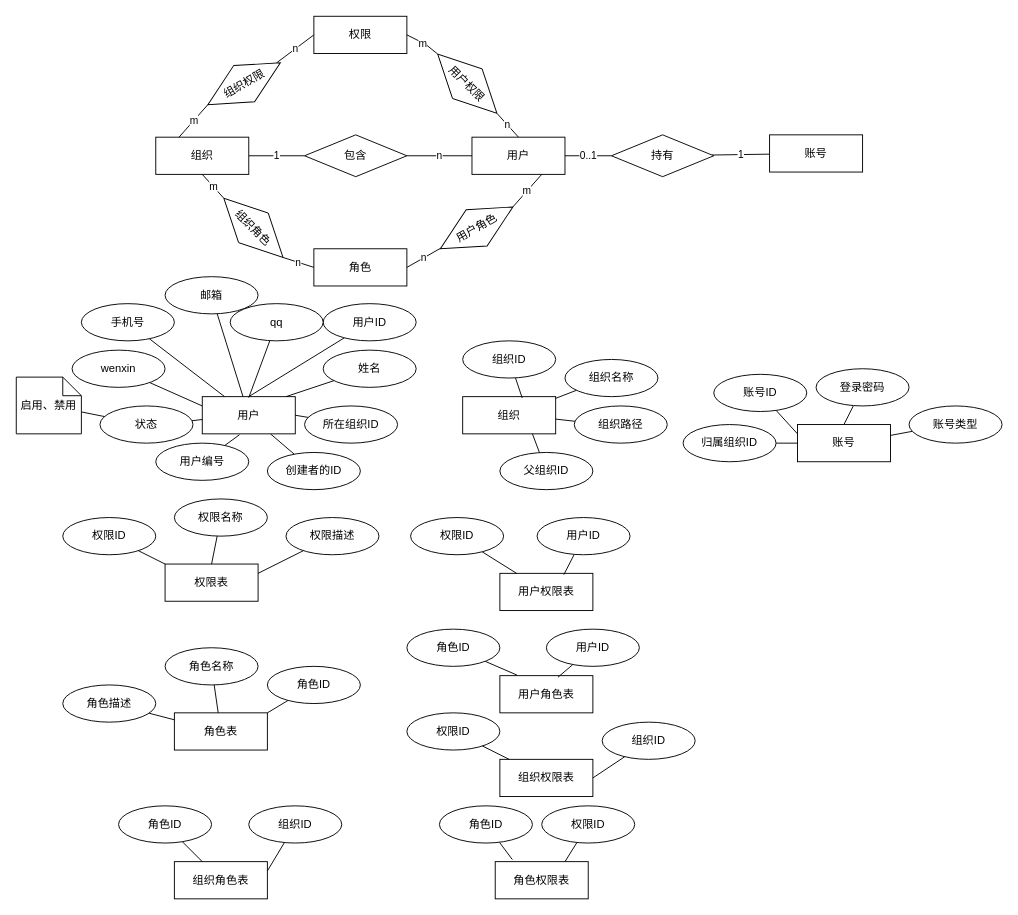
This is page "用户服务" (2 of 6) of 毕设管理系统/ER模型图.drawio from FdfGithub/drawio, a draw.io file, before an edit. Source tidied: cells renumbered, new cells numbered last; positions are measured from the earlier drawing's top-left corner, leaving out a move shared by most shapes. Both pictures are drawn from the tidied source at 93%, with x=0, y=0 at pixel (16, 16).
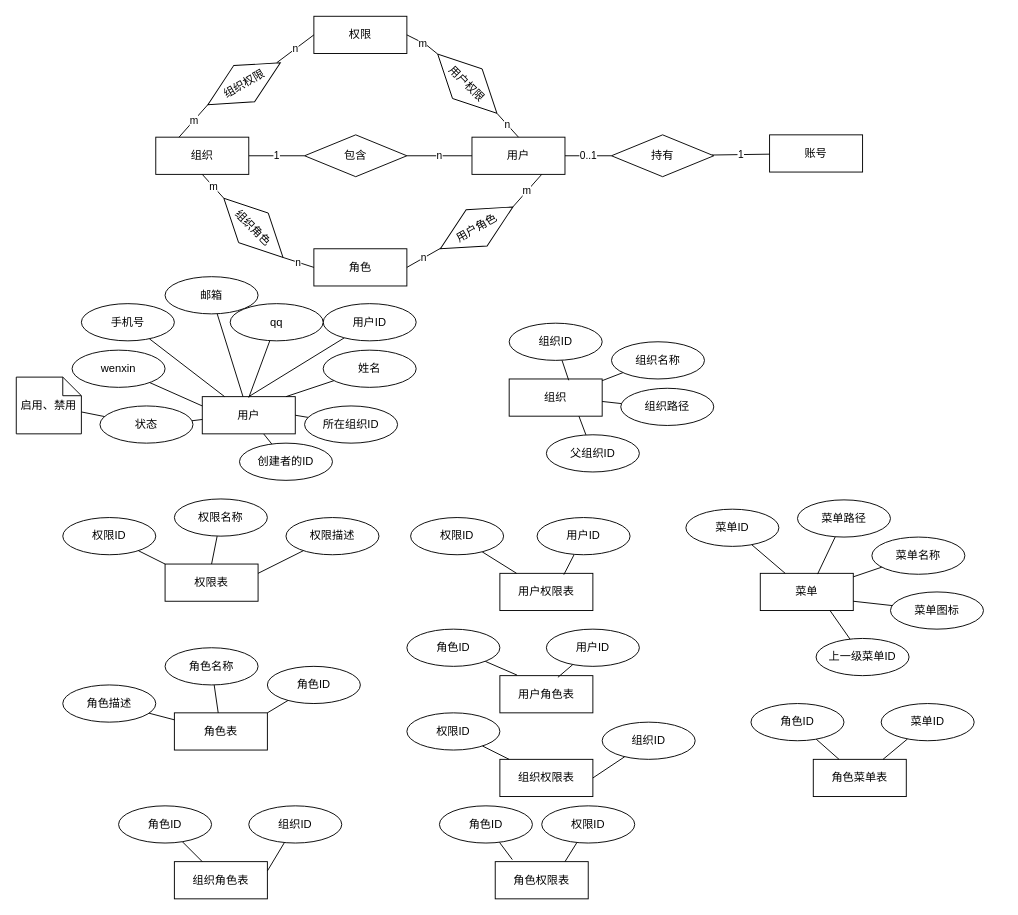
After the change.

What changed in the source:
```diff
@@
     <mxCell id="16" value="组织" style="whiteSpace=wrap;html=1;align=center;" parent="1" vertex="1">
-      <mxGeometry x="480" y="409" width="100" height="40" as="geometry" />
+      <mxGeometry x="530" y="390" width="100" height="40" as="geometry" />
     </mxCell>
@@
     <mxCell id="18" value="组织ID" style="ellipse;whiteSpace=wrap;html=1;align=center;" parent="1" vertex="1">
-      <mxGeometry x="480" y="349" width="100" height="40" as="geometry" />
+      <mxGeometry x="530" y="330" width="100" height="40" as="geometry" />
     </mxCell>
@@
     <mxCell id="20" value="组织名称" style="ellipse;whiteSpace=wrap;html=1;align=center;" parent="1" vertex="1">
-      <mxGeometry x="590" y="369" width="100" height="40" as="geometry" />
+      <mxGeometry x="640" y="350" width="100" height="40" as="geometry" />
     </mxCell>
@@
     <mxCell id="22" value="组织路径" style="ellipse;whiteSpace=wrap;html=1;align=center;" parent="1" vertex="1">
-      <mxGeometry x="600" y="419" width="100" height="40" as="geometry" />
+      <mxGeometry x="650" y="400" width="100" height="40" as="geometry" />
     </mxCell>
@@
     <mxCell id="24" value="父组织ID" style="ellipse;whiteSpace=wrap;html=1;align=center;" parent="1" vertex="1">
-      <mxGeometry x="520" y="469" width="100" height="40" as="geometry" />
+      <mxGeometry x="570" y="450" width="100" height="40" as="geometry" />
     </mxCell>
@@
-    <mxCell id="82" style="edgeStyle=none;rounded=0;jettySize=auto;html=1;endArrow=none;endFill=0;" parent="1" edge="1" source="83">
-      <mxGeometry relative="1" as="geometry">
-        <mxPoint x="240" y="450" as="targetPoint" />
-      </mxGeometry>
-    </mxCell>
-    <mxCell id="83" value="用户编号" style="ellipse;whiteSpace=wrap;html=1;align=center;" parent="1" vertex="1">
-      <mxGeometry x="150" y="459" width="100" height="40" as="geometry" />
-    </mxCell>
@@
-    <mxCell id="87" value="账号" style="whiteSpace=wrap;html=1;align=center;" parent="1" vertex="1">
-      <mxGeometry x="840" y="439" width="100" height="40" as="geometry" />
-    </mxCell>
-    <mxCell id="88" style="edgeStyle=none;rounded=0;jettySize=auto;html=1;entryX=0;entryY=0.25;entryDx=0;entryDy=0;endArrow=none;endFill=0;" parent="1" edge="1" source="89" target="87">
-      <mxGeometry relative="1" as="geometry" />
-    </mxCell>
-    <mxCell id="89" value="账号ID" style="ellipse;whiteSpace=wrap;html=1;align=center;" parent="1" vertex="1">
-      <mxGeometry x="750" y="385" width="100" height="40" as="geometry" />
-    </mxCell>
-    <mxCell id="90" style="edgeStyle=none;rounded=0;jettySize=auto;html=1;entryX=0.5;entryY=0;entryDx=0;entryDy=0;endArrow=none;endFill=0;" parent="1" edge="1" source="91" target="87">
-      <mxGeometry relative="1" as="geometry" />
-    </mxCell>
-    <mxCell id="91" value="登录密码" style="ellipse;whiteSpace=wrap;html=1;align=center;" parent="1" vertex="1">
-      <mxGeometry x="860" y="379" width="100" height="40" as="geometry" />
-    </mxCell>
-    <mxCell id="92" style="edgeStyle=none;rounded=0;jettySize=auto;html=1;endArrow=none;endFill=0;" parent="1" edge="1" source="93" target="87">
-      <mxGeometry relative="1" as="geometry" />
-    </mxCell>
-    <mxCell id="93" value="账号类型" style="ellipse;whiteSpace=wrap;html=1;align=center;" parent="1" vertex="1">
-      <mxGeometry x="960" y="419" width="100" height="40" as="geometry" />
-    </mxCell>
-    <mxCell id="94" style="edgeStyle=none;rounded=0;jettySize=auto;html=1;entryX=0;entryY=0.5;entryDx=0;entryDy=0;endArrow=none;endFill=0;" parent="1" edge="1" source="95" target="87">
-      <mxGeometry relative="1" as="geometry" />
-    </mxCell>
-    <mxCell id="95" value="归属组织ID" style="ellipse;whiteSpace=wrap;html=1;align=center;" parent="1" vertex="1">
-      <mxGeometry x="717" y="439" width="100" height="40" as="geometry" />
-    </mxCell>
     <mxCell id="96" value="创建者的ID" style="ellipse;whiteSpace=wrap;html=1;align=center;" parent="1" vertex="1">
-      <mxGeometry x="270" y="469" width="100" height="40" as="geometry" />
+      <mxGeometry x="240" y="459" width="100" height="40" as="geometry" />
     </mxCell>
@@
+    <mxCell id="105" value="菜单" style="whiteSpace=wrap;html=1;align=center;" parent="1" vertex="1">
+      <mxGeometry x="800" y="599" width="100" height="40" as="geometry" />
+    </mxCell>
+    <mxCell id="106" style="edgeStyle=none;rounded=0;jettySize=auto;html=1;endArrow=none;endFill=0;" parent="1" edge="1" source="107" target="105">
+      <mxGeometry relative="1" as="geometry" />
+    </mxCell>
+    <mxCell id="107" value="菜单ID" style="ellipse;whiteSpace=wrap;html=1;align=center;" parent="1" vertex="1">
+      <mxGeometry x="720" y="530" width="100" height="40" as="geometry" />
+    </mxCell>
+    <mxCell id="108" style="edgeStyle=none;rounded=0;jettySize=auto;html=1;entryX=0.616;entryY=0.02;entryDx=0;entryDy=0;entryPerimeter=0;endArrow=none;endFill=0;" parent="1" edge="1" source="109" target="105">
+      <mxGeometry relative="1" as="geometry" />
+    </mxCell>
+    <mxCell id="109" value="菜单路径" style="ellipse;whiteSpace=wrap;html=1;align=center;" parent="1" vertex="1">
+      <mxGeometry x="840" y="520" width="100" height="40" as="geometry" />
+    </mxCell>
+    <mxCell id="110" style="edgeStyle=none;rounded=0;jettySize=auto;html=1;endArrow=none;endFill=0;" parent="1" edge="1" source="111" target="105">
+      <mxGeometry relative="1" as="geometry" />
+    </mxCell>
+    <mxCell id="111" value="菜单名称" style="ellipse;whiteSpace=wrap;html=1;align=center;" parent="1" vertex="1">
+      <mxGeometry x="920" y="560" width="100" height="40" as="geometry" />
+    </mxCell>
+    <mxCell id="112" style="edgeStyle=none;rounded=0;jettySize=auto;html=1;entryX=1;entryY=0.75;entryDx=0;entryDy=0;endArrow=none;endFill=0;" parent="1" edge="1" source="113" target="105">
+      <mxGeometry relative="1" as="geometry" />
+    </mxCell>
+    <mxCell id="113" value="菜单图标" style="ellipse;whiteSpace=wrap;html=1;align=center;" parent="1" vertex="1">
+      <mxGeometry x="940" y="619" width="100" height="40" as="geometry" />
+    </mxCell>
+    <mxCell id="114" style="edgeStyle=none;rounded=0;jettySize=auto;html=1;entryX=0.75;entryY=1;entryDx=0;entryDy=0;endArrow=none;endFill=0;" parent="1" edge="1" source="115" target="105">
+      <mxGeometry relative="1" as="geometry" />
+    </mxCell>
+    <mxCell id="115" value="上一级菜单ID" style="ellipse;whiteSpace=wrap;html=1;align=center;" parent="1" vertex="1">
+      <mxGeometry x="860" y="669" width="100" height="40" as="geometry" />
+    </mxCell>
+    <mxCell id="116" value="角色菜单表" style="whiteSpace=wrap;html=1;align=center;" parent="1" vertex="1">
+      <mxGeometry x="857" y="799" width="100" height="40" as="geometry" />
+    </mxCell>
+    <mxCell id="117" style="edgeStyle=none;rounded=0;jettySize=auto;html=1;endArrow=none;endFill=0;" parent="1" edge="1" source="118" target="116">
+      <mxGeometry relative="1" as="geometry" />
+    </mxCell>
+    <mxCell id="118" value="角色ID" style="ellipse;whiteSpace=wrap;html=1;align=center;" parent="1" vertex="1">
+      <mxGeometry x="790" y="739" width="100" height="40" as="geometry" />
+    </mxCell>
+    <mxCell id="119" style="edgeStyle=none;rounded=0;jettySize=auto;html=1;entryX=0.75;entryY=0;entryDx=0;entryDy=0;endArrow=none;endFill=0;" parent="1" edge="1" source="120" target="116">
+      <mxGeometry relative="1" as="geometry" />
+    </mxCell>
+    <mxCell id="120" value="菜单ID" style="ellipse;whiteSpace=wrap;html=1;align=center;" parent="1" vertex="1">
+      <mxGeometry x="930" y="739" width="100" height="40" as="geometry" />
+    </mxCell>
```
